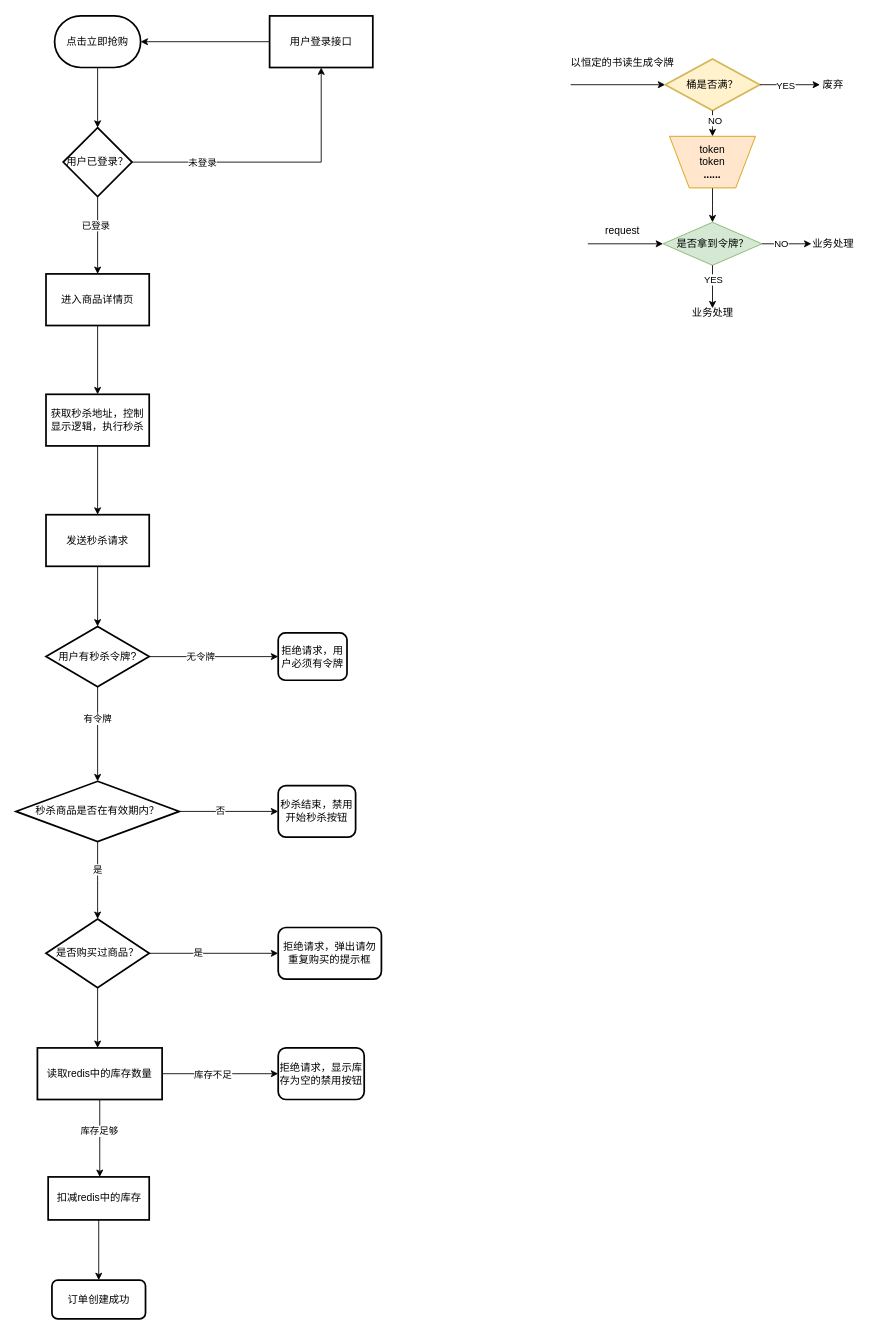
jacbo-emm/mall keeps this draw.io diagram as 秒杀商品流程图.drawio. Above is the earlier version. Source tidied: cells renumbered, new cells numbered last; positions are measured from the earlier drawing's top-left corner, leaving out a move shared by most shapes. Both pictures are drawn from the tidied source at 86%, with x=0, y=0 at pixel (15, 15).
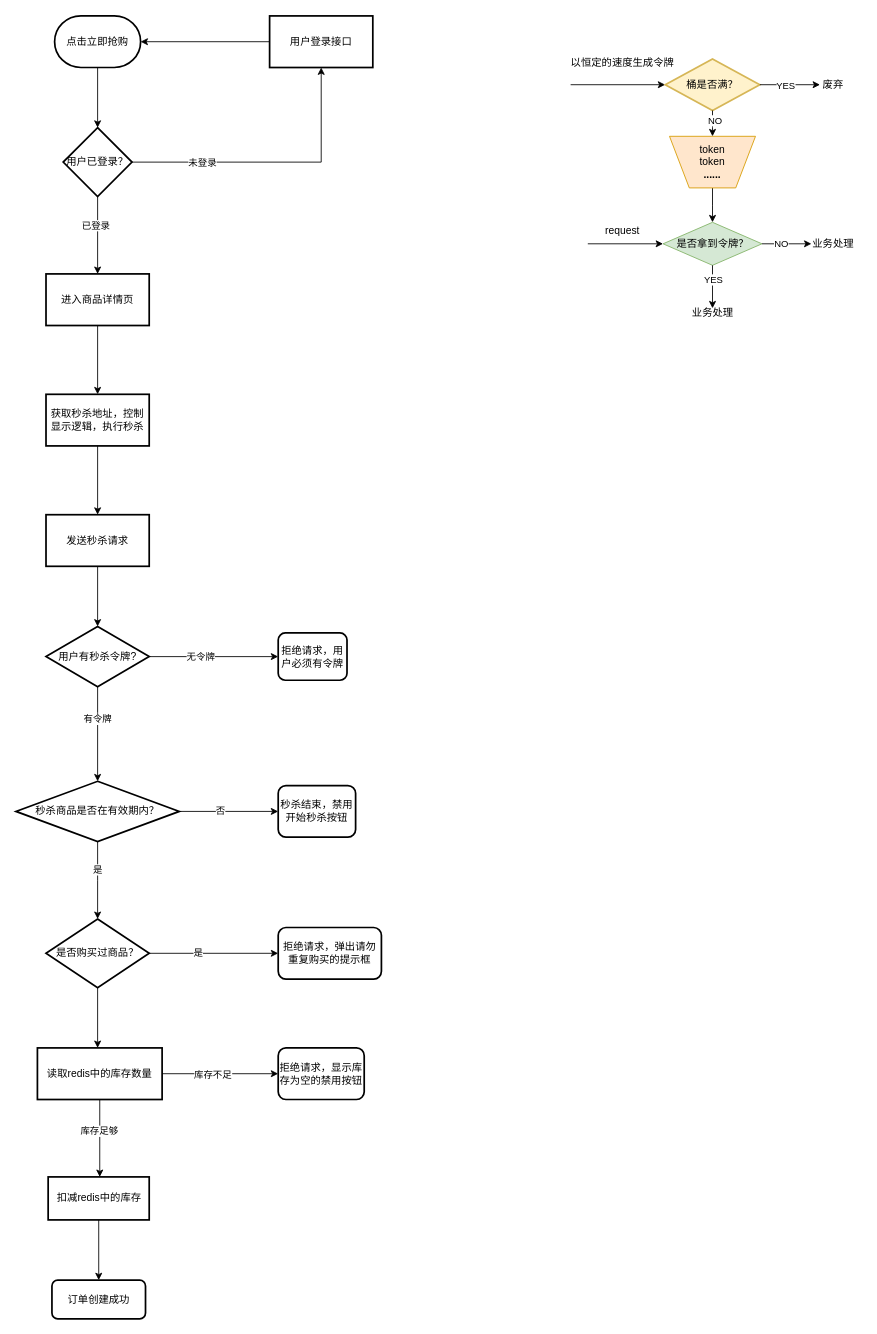
The same page after the edit.

Commit message:
更新秒杀商品流程图.drawio

The edit, as a diff of the source:
```diff
@@
-    <mxCell id="45" value="以恒定的书读生成令牌" style="text;html=1;align=center;verticalAlign=middle;strokeColor=none;fillColor=none;" parent="1" vertex="1">
+    <mxCell id="45" value="以恒定的速度生成令牌" style="text;html=1;align=center;verticalAlign=middle;strokeColor=none;fillColor=none;" parent="1" vertex="1">
       <mxGeometry x="635" y="40" width="140" height="30" as="geometry" />
     </mxCell>
```
